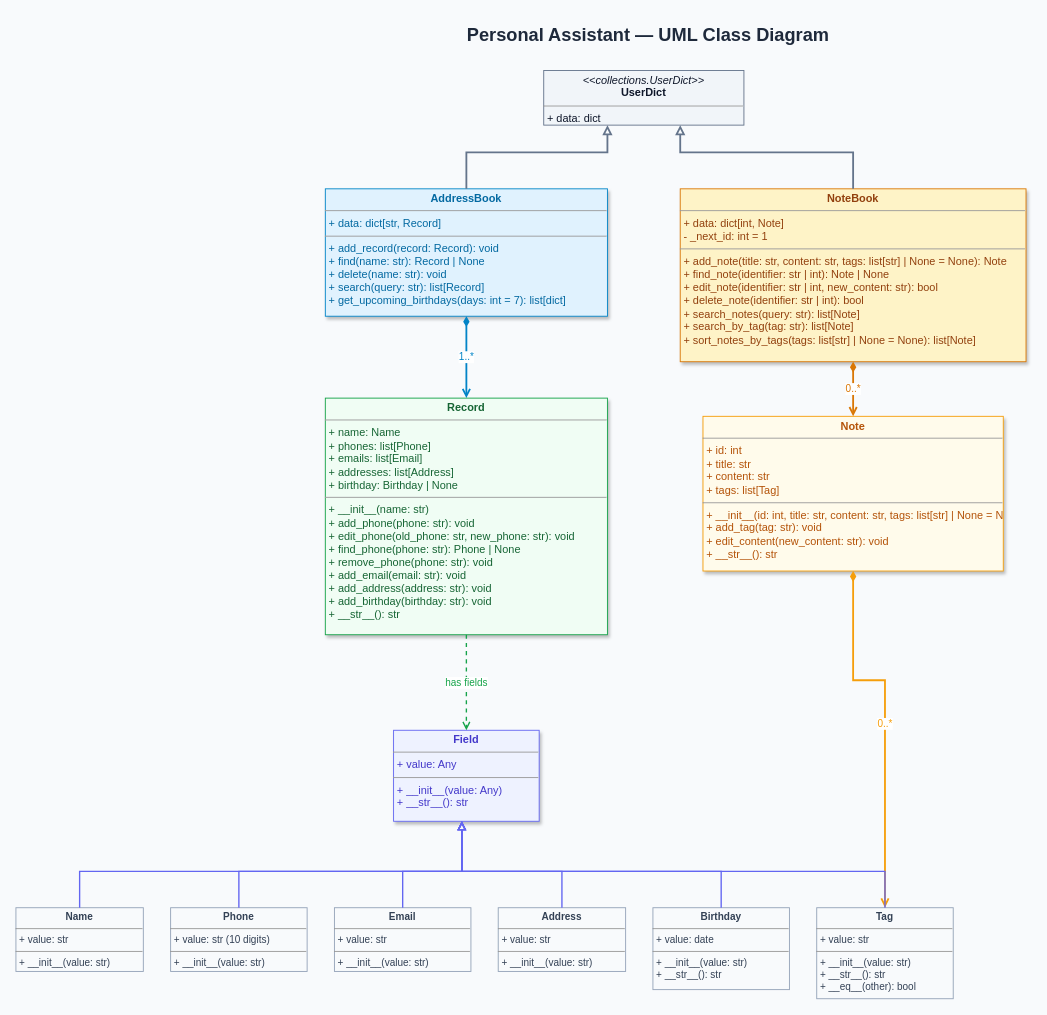
Before: class_diagram.drawio in petrokifiak/matrix-ai-addressbook, a draw.io diagram. Source tidied: cells renumbered, new cells numbered last; positions are measured from the earlier drawing's top-left corner, leaving out a move shared by most shapes. Both pictures are drawn from the tidied source at 91%, with x=0, y=0 at pixel (15, 15).
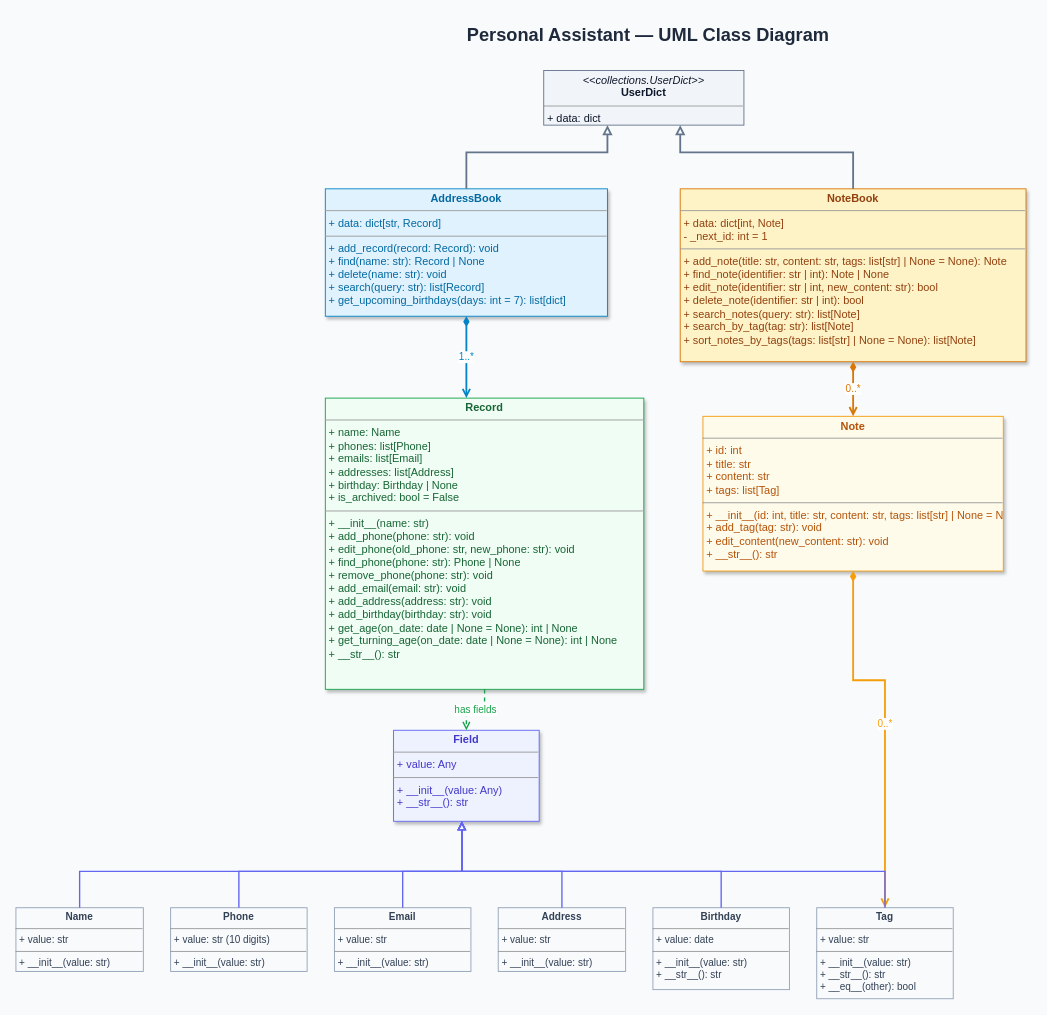
The same page after the edit.

The change refers to these unchanged cells:
```xml
<mxCell id="4" value="&lt;p style=&quot;margin:0px;margin-top:4px;text-align:center;&quot;&gt;&lt;b&gt;AddressBook&lt;/b&gt;&lt;/p&gt;&lt;hr size=&quot;1&quot;&gt;&lt;p style=&quot;margin:0px;margin-left:4px;&quot;&gt;+ data: dict[str, Record]&lt;/p&gt;&lt;hr size=&quot;1&quot;&gt;&lt;p style=&quot;margin:0px;margin-left:4px;&quot;&gt;+ add_record(record: Record): void&lt;br&gt;+ find(name: str): Record | None&lt;br&gt;+ delete(name: str): void&lt;br&gt;+ search(query: str): list[Record]&lt;br&gt;+ get_upcoming_birthdays(days: int = 7): list[dict]&lt;/p&gt;" style="verticalAlign=top;align=left;overflow=fill;fontSize=12;fontFamily=Helvetica;html=1;rounded=0;fillColor=#E0F2FE;strokeColor=#0284C7;fontColor=#0369A1;shadow=1;" parent="1" vertex="1">
  <mxGeometry x="340" y="190" width="310" height="140" as="geometry" />
</mxCell>
```

What changed in the source:
```diff
@@
-    <mxCell id="6" value="&lt;p style=&quot;margin:0px;margin-top:4px;text-align:center;&quot;&gt;&lt;b&gt;Record&lt;/b&gt;&lt;/p&gt;&lt;hr size=&quot;1&quot;&gt;&lt;p style=&quot;margin:0px;margin-left:4px;&quot;&gt;+ name: Name&lt;br&gt;+ phones: list[Phone]&lt;br&gt;+ emails: list[Email]&lt;br&gt;+ addresses: list[Address]&lt;br&gt;+ birthday: Birthday | None&lt;/p&gt;&lt;hr size=&quot;1&quot;&gt;&lt;p style=&quot;margin:0px;margin-left:4px;&quot;&gt;+ __init__(name: str)&lt;br&gt;+ add_phone(phone: str): void&lt;br&gt;+ edit_phone(old_phone: str, new_phone: str): void&lt;br&gt;+ find_phone(phone: str): Phone | None&lt;br&gt;+ remove_phone(phone: str): void&lt;br&gt;+ add_email(email: str): void&lt;br&gt;+ add_address(address: str): void&lt;br&gt;+ add_birthday(birthday: str): void&lt;br&gt;+ __str__(): str&lt;/p&gt;" style="verticalAlign=top;align=left;overflow=fill;fontSize=12;fontFamily=Helvetica;html=1;rounded=0;fillColor=#F0FDF4;strokeColor=#16A34A;fontColor=#166534;shadow=1;" parent="1" vertex="1">
-      <mxGeometry x="340" y="420" width="310" height="260" as="geometry" />
+    <mxCell id="6" value="&lt;p style=&quot;margin:0px;margin-top:4px;text-align:center;&quot;&gt;&lt;b&gt;Record&lt;/b&gt;&lt;/p&gt;&lt;hr size=&quot;1&quot;&gt;&lt;p style=&quot;margin:0px;margin-left:4px;&quot;&gt;+ name: Name&lt;br&gt;+ phones: list[Phone]&lt;br&gt;+ emails: list[Email]&lt;br&gt;+ addresses: list[Address]&lt;br&gt;+ birthday: Birthday | None&lt;br&gt;+ is_archived: bool = False&lt;/p&gt;&lt;hr size=&quot;1&quot;&gt;&lt;p style=&quot;margin:0px;margin-left:4px;&quot;&gt;+ __init__(name: str)&lt;br&gt;+ add_phone(phone: str): void&lt;br&gt;+ edit_phone(old_phone: str, new_phone: str): void&lt;br&gt;+ find_phone(phone: str): Phone | None&lt;br&gt;+ remove_phone(phone: str): void&lt;br&gt;+ add_email(email: str): void&lt;br&gt;+ add_address(address: str): void&lt;br&gt;+ add_birthday(birthday: str): void&lt;br&gt;+ get_age(on_date: date | None = None): int | None&lt;br&gt;+ get_turning_age(on_date: date | None = None): int | None&lt;br&gt;+ __str__(): str&lt;/p&gt;" style="verticalAlign=top;align=left;overflow=fill;fontSize=12;fontFamily=Helvetica;html=1;rounded=0;fillColor=#F0FDF4;strokeColor=#16A34A;fontColor=#166534;shadow=1;" parent="1" vertex="1">
+      <mxGeometry x="340" y="420" width="350" height="320" as="geometry" />
     </mxCell>
@@
     <mxCell id="17" value="1..*" style="edgeStyle=orthogonalEdgeStyle;rounded=0;jettySize=auto;html=1;startArrow=diamondThin;startFill=1;endArrow=open;strokeWidth=2;strokeColor=#0284C7;fontColor=#0284C7;" parent="1" edge="1" source="4" target="6">
-      <mxGeometry relative="1" as="geometry" />
+      <mxGeometry relative="1" as="geometry">
+        <Array as="points">
+          <mxPoint x="495" y="400" />
+          <mxPoint x="495" y="400" />
+        </Array>
+      </mxGeometry>
     </mxCell>
```
